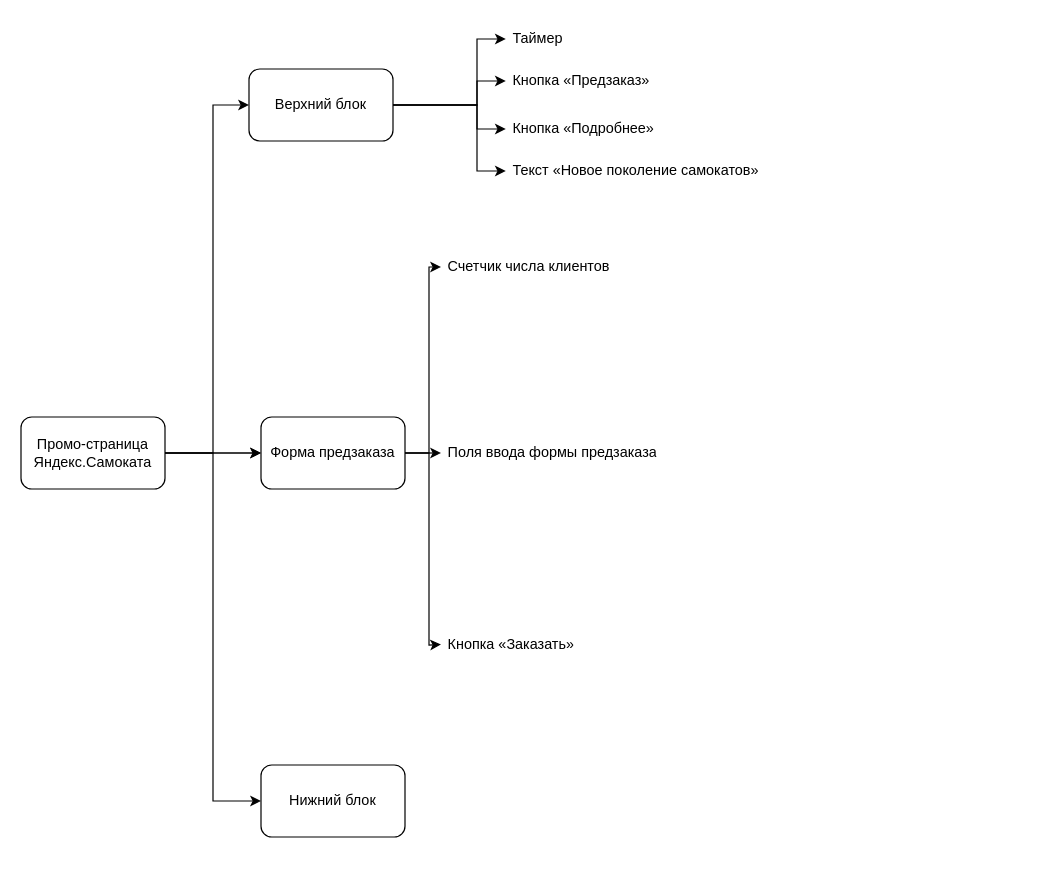
The draw.io diagram Learning to draw mind maps.drawio in IG-Rock/QA-Yandex-course, before the edit. Source tidied: cells renumbered, new cells numbered last; positions are measured from the earlier drawing's top-left corner, leaving out a move shared by most shapes. Both pictures are drawn from the tidied source at 120%, with x=0, y=0 at pixel (20, 20).
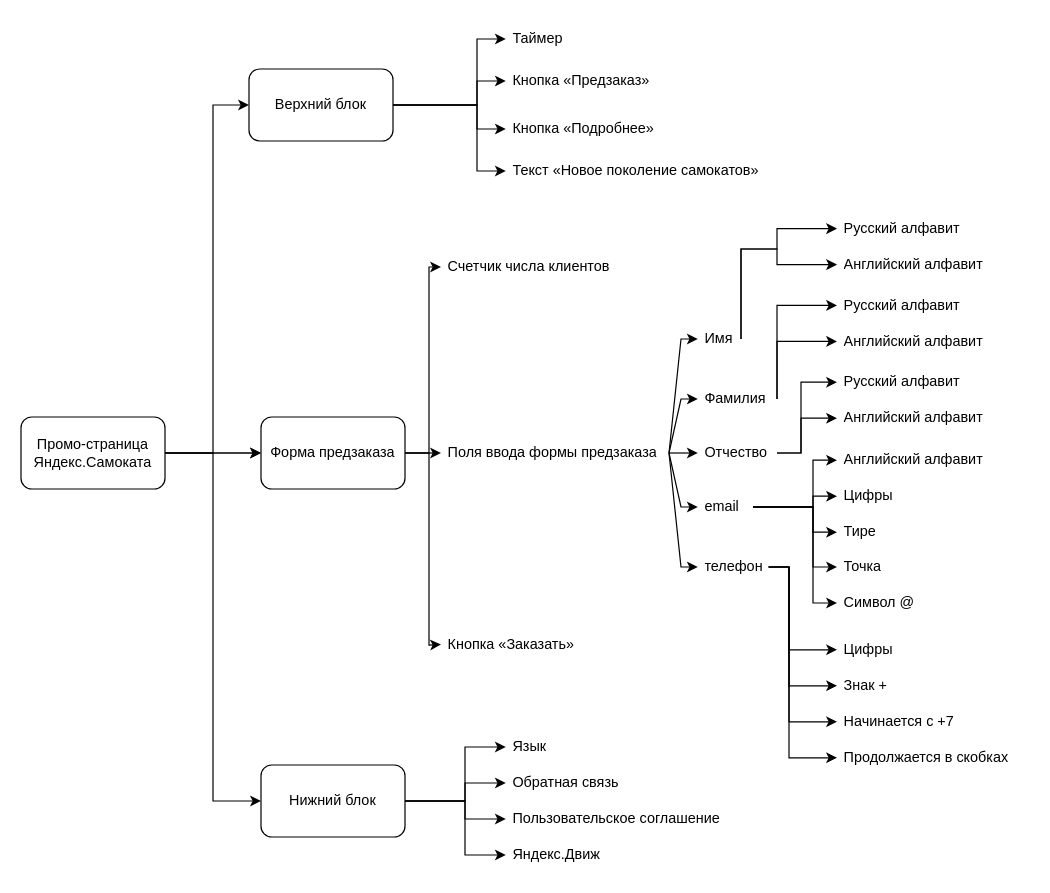
After the change.

The change refers to these unchanged cells:
```xml
<mxCell id="13" value="Нижний блок" style="whiteSpace=wrap;html=1;rounded=1;" parent="1" vertex="1">
  <mxGeometry x="200" y="620" width="120" height="60" as="geometry" />
</mxCell>
<mxCell id="18" value="Поля ввода формы предзаказа" style="text;strokeColor=none;fillColor=none;align=left;verticalAlign=middle;spacingLeft=4;spacingRight=4;overflow=hidden;points=[[0,0.5],[1,0.5]];portConstraint=eastwest;whiteSpace=wrap;html=1;" parent="1" vertex="1">
  <mxGeometry x="350" y="345" width="190" height="30" as="geometry" />
</mxCell>
```

Diff of the diagram source:
```diff
@@
+    <mxCell id="24" value="Имя" style="text;strokeColor=none;fillColor=none;align=left;verticalAlign=middle;spacingLeft=4;spacingRight=4;overflow=hidden;points=[[0,0.5],[1,0.5]];portConstraint=eastwest;whiteSpace=wrap;html=1;" parent="1" vertex="1">
+      <mxGeometry x="564" y="250" width="36" height="30" as="geometry" />
+    </mxCell>
+    <mxCell id="25" value="Фамилия" style="text;strokeColor=none;fillColor=none;align=left;verticalAlign=middle;spacingLeft=4;spacingRight=4;overflow=hidden;points=[[0,0.5],[1,0.5]];portConstraint=eastwest;whiteSpace=wrap;html=1;" parent="1" vertex="1">
+      <mxGeometry x="564" y="300" width="66" height="30" as="geometry" />
+    </mxCell>
+    <mxCell id="26" value="Отчество" style="text;strokeColor=none;fillColor=none;align=left;verticalAlign=middle;spacingLeft=4;spacingRight=4;overflow=hidden;points=[[0,0.5],[1,0.5]];portConstraint=eastwest;whiteSpace=wrap;html=1;" parent="1" vertex="1">
+      <mxGeometry x="564" y="345" width="66" height="30" as="geometry" />
+    </mxCell>
+    <mxCell id="27" value="email" style="text;strokeColor=none;fillColor=none;align=left;verticalAlign=middle;spacingLeft=4;spacingRight=4;overflow=hidden;points=[[0,0.5],[1,0.5]];portConstraint=eastwest;whiteSpace=wrap;html=1;" parent="1" vertex="1">
+      <mxGeometry x="564" y="390" width="46" height="30" as="geometry" />
+    </mxCell>
+    <mxCell id="28" value="телефон" style="text;strokeColor=none;fillColor=none;align=left;verticalAlign=middle;spacingLeft=4;spacingRight=4;overflow=hidden;points=[[0,0.5],[1,0.5]];portConstraint=eastwest;whiteSpace=wrap;html=1;" parent="1" vertex="1">
+      <mxGeometry x="564" y="440" width="59" height="30" as="geometry" />
+    </mxCell>
+    <mxCell id="29" style="endArrow=classic;html=1;rounded=0;exitX=1;exitY=0.5;exitDx=0;exitDy=0;entryX=0;entryY=0.5;entryDx=0;entryDy=0;" parent="1" edge="1" source="18" target="26">
+      <mxGeometry relative="1" as="geometry" />
+    </mxCell>
+    <mxCell id="30" style="endArrow=classic;html=1;rounded=0;entryX=0;entryY=0.5;entryDx=0;entryDy=0;exitX=1;exitY=0.5;exitDx=0;exitDy=0;" parent="1" edge="1" source="18" target="24">
+      <mxGeometry relative="1" as="geometry">
+        <Array as="points">
+          <mxPoint x="550" y="265" />
+        </Array>
+      </mxGeometry>
+    </mxCell>
+    <mxCell id="31" style="endArrow=classic;html=1;rounded=0;entryX=0;entryY=0.5;entryDx=0;entryDy=0;exitX=1;exitY=0.5;exitDx=0;exitDy=0;" parent="1" edge="1" source="18" target="25">
+      <mxGeometry relative="1" as="geometry">
+        <Array as="points">
+          <mxPoint x="550" y="315" />
+        </Array>
+      </mxGeometry>
+    </mxCell>
+    <mxCell id="32" style="endArrow=classic;html=1;rounded=0;entryX=0;entryY=0.5;entryDx=0;entryDy=0;exitX=1;exitY=0.5;exitDx=0;exitDy=0;" parent="1" edge="1" source="18" target="27">
+      <mxGeometry relative="1" as="geometry">
+        <Array as="points">
+          <mxPoint x="550" y="405" />
+        </Array>
+      </mxGeometry>
+    </mxCell>
+    <mxCell id="33" style="endArrow=classic;html=1;rounded=0;entryX=0;entryY=0.5;entryDx=0;entryDy=0;exitX=1;exitY=0.5;exitDx=0;exitDy=0;" parent="1" edge="1" source="18" target="28">
+      <mxGeometry relative="1" as="geometry">
+        <Array as="points">
+          <mxPoint x="550" y="455" />
+        </Array>
+      </mxGeometry>
+    </mxCell>
+    <mxCell id="34" value="Русский алфавит" style="text;strokeColor=none;fillColor=none;align=left;verticalAlign=middle;spacingLeft=4;spacingRight=4;overflow=hidden;points=[[0,0.5],[1,0.5]];portConstraint=eastwest;whiteSpace=wrap;html=1;" parent="1" vertex="1">
+      <mxGeometry x="680" y="158" width="130" height="30" as="geometry" />
+    </mxCell>
+    <mxCell id="35" value="Английский алфавит" style="text;strokeColor=none;fillColor=none;align=left;verticalAlign=middle;spacingLeft=4;spacingRight=4;overflow=hidden;points=[[0,0.5],[1,0.5]];portConstraint=eastwest;whiteSpace=wrap;html=1;" parent="1" vertex="1">
+      <mxGeometry x="680" y="188" width="130" height="30" as="geometry" />
+    </mxCell>
+    <mxCell id="36" value="Русский алфавит" style="text;strokeColor=none;fillColor=none;align=left;verticalAlign=middle;spacingLeft=4;spacingRight=4;overflow=hidden;points=[[0,0.5],[1,0.5]];portConstraint=eastwest;whiteSpace=wrap;html=1;" parent="1" vertex="1">
+      <mxGeometry x="680" y="222" width="130" height="30" as="geometry" />
+    </mxCell>
+    <mxCell id="37" value="Английский алфавит" style="text;strokeColor=none;fillColor=none;align=left;verticalAlign=middle;spacingLeft=4;spacingRight=4;overflow=hidden;points=[[0,0.5],[1,0.5]];portConstraint=eastwest;whiteSpace=wrap;html=1;" parent="1" vertex="1">
+      <mxGeometry x="680" y="252" width="130" height="30" as="geometry" />
+    </mxCell>
+    <mxCell id="38" value="Русский алфавит" style="text;strokeColor=none;fillColor=none;align=left;verticalAlign=middle;spacingLeft=4;spacingRight=4;overflow=hidden;points=[[0,0.5],[1,0.5]];portConstraint=eastwest;whiteSpace=wrap;html=1;" parent="1" vertex="1">
+      <mxGeometry x="680" y="286" width="130" height="30" as="geometry" />
+    </mxCell>
+    <mxCell id="39" value="Английский алфавит" style="text;strokeColor=none;fillColor=none;align=left;verticalAlign=middle;spacingLeft=4;spacingRight=4;overflow=hidden;points=[[0,0.5],[1,0.5]];portConstraint=eastwest;whiteSpace=wrap;html=1;" parent="1" vertex="1">
+      <mxGeometry x="680" y="316" width="130" height="30" as="geometry" />
+    </mxCell>
+    <mxCell id="40" style="endArrow=classic;html=1;rounded=0;entryX=0;entryY=0.5;entryDx=0;entryDy=0;exitX=1;exitY=0.5;exitDx=0;exitDy=0;" parent="1" edge="1" source="24" target="34">
+      <mxGeometry relative="1" as="geometry">
+        <Array as="points">
+          <mxPoint x="600" y="190" />
+          <mxPoint x="630" y="190" />
+          <mxPoint x="630" y="173" />
+        </Array>
+      </mxGeometry>
+    </mxCell>
+    <mxCell id="41" style="endArrow=classic;html=1;rounded=0;entryX=0;entryY=0.5;entryDx=0;entryDy=0;exitX=1;exitY=0.5;exitDx=0;exitDy=0;" parent="1" edge="1" source="24" target="35">
+      <mxGeometry relative="1" as="geometry">
+        <Array as="points">
+          <mxPoint x="600" y="190" />
+          <mxPoint x="630" y="190" />
+          <mxPoint x="630" y="203" />
+        </Array>
+      </mxGeometry>
+    </mxCell>
+    <mxCell id="42" style="endArrow=classic;html=1;rounded=0;entryX=0;entryY=0.5;entryDx=0;entryDy=0;exitX=1;exitY=0.5;exitDx=0;exitDy=0;" parent="1" edge="1" source="25" target="36">
+      <mxGeometry relative="1" as="geometry">
+        <Array as="points">
+          <mxPoint x="630" y="260" />
+          <mxPoint x="630" y="237" />
+        </Array>
+      </mxGeometry>
+    </mxCell>
+    <mxCell id="43" style="endArrow=classic;html=1;rounded=0;entryX=0;entryY=0.5;entryDx=0;entryDy=0;exitX=1;exitY=0.5;exitDx=0;exitDy=0;" parent="1" edge="1" source="25" target="37">
+      <mxGeometry relative="1" as="geometry">
+        <Array as="points">
+          <mxPoint x="630" y="267" />
+        </Array>
+      </mxGeometry>
+    </mxCell>
+    <mxCell id="44" style="endArrow=classic;html=1;rounded=0;entryX=0;entryY=0.5;entryDx=0;entryDy=0;exitX=1;exitY=0.5;exitDx=0;exitDy=0;" parent="1" edge="1" source="26" target="38">
+      <mxGeometry relative="1" as="geometry">
+        <Array as="points">
+          <mxPoint x="650" y="360" />
+          <mxPoint x="650" y="320" />
+          <mxPoint x="650" y="301" />
+        </Array>
+      </mxGeometry>
+    </mxCell>
+    <mxCell id="45" style="endArrow=classic;html=1;rounded=0;entryX=0;entryY=0.5;entryDx=0;entryDy=0;exitX=1;exitY=0.5;exitDx=0;exitDy=0;" parent="1" edge="1" source="26" target="39">
+      <mxGeometry relative="1" as="geometry">
+        <Array as="points">
+          <mxPoint x="650" y="360" />
+          <mxPoint x="650" y="331" />
+        </Array>
+      </mxGeometry>
+    </mxCell>
+    <mxCell id="46" value="Цифры" style="text;strokeColor=none;fillColor=none;align=left;verticalAlign=middle;spacingLeft=4;spacingRight=4;overflow=hidden;points=[[0,0.5],[1,0.5]];portConstraint=eastwest;whiteSpace=wrap;html=1;" parent="1" vertex="1">
+      <mxGeometry x="680" y="381" width="80" height="30" as="geometry" />
+    </mxCell>
+    <mxCell id="47" value="Английский алфавит" style="text;strokeColor=none;fillColor=none;align=left;verticalAlign=middle;spacingLeft=4;spacingRight=4;overflow=hidden;points=[[0,0.5],[1,0.5]];portConstraint=eastwest;whiteSpace=wrap;html=1;" parent="1" vertex="1">
+      <mxGeometry x="680" y="351" width="130" height="30" as="geometry" />
+    </mxCell>
+    <mxCell id="48" value="Тире" style="text;strokeColor=none;fillColor=none;align=left;verticalAlign=middle;spacingLeft=4;spacingRight=4;overflow=hidden;points=[[0,0.5],[1,0.5]];portConstraint=eastwest;whiteSpace=wrap;html=1;" parent="1" vertex="1">
+      <mxGeometry x="680" y="411" width="80" height="30" as="geometry" />
+    </mxCell>
+    <mxCell id="49" value="Символ @" style="text;strokeColor=none;fillColor=none;align=left;verticalAlign=middle;spacingLeft=4;spacingRight=4;overflow=hidden;points=[[0,0.5],[1,0.5]];portConstraint=eastwest;whiteSpace=wrap;html=1;" parent="1" vertex="1">
+      <mxGeometry x="680" y="470" width="80" height="30" as="geometry" />
+    </mxCell>
+    <mxCell id="50" style="endArrow=classic;html=1;rounded=0;entryX=0;entryY=0.5;entryDx=0;entryDy=0;exitX=1;exitY=0.5;exitDx=0;exitDy=0;" parent="1" edge="1" source="27" target="47">
+      <mxGeometry relative="1" as="geometry">
+        <Array as="points">
+          <mxPoint x="660" y="405" />
+          <mxPoint x="660" y="366" />
+        </Array>
+      </mxGeometry>
+    </mxCell>
+    <mxCell id="51" style="endArrow=classic;html=1;rounded=0;entryX=0;entryY=0.5;entryDx=0;entryDy=0;exitX=1;exitY=0.5;exitDx=0;exitDy=0;" parent="1" edge="1" source="27" target="46">
+      <mxGeometry relative="1" as="geometry">
+        <Array as="points">
+          <mxPoint x="660" y="405" />
+          <mxPoint x="660" y="396" />
+        </Array>
+      </mxGeometry>
+    </mxCell>
+    <mxCell id="52" style="endArrow=classic;html=1;rounded=0;entryX=0;entryY=0.5;entryDx=0;entryDy=0;exitX=1;exitY=0.5;exitDx=0;exitDy=0;" parent="1" edge="1" source="27" target="48">
+      <mxGeometry relative="1" as="geometry">
+        <Array as="points">
+          <mxPoint x="660" y="405" />
+          <mxPoint x="660" y="426" />
+        </Array>
+      </mxGeometry>
+    </mxCell>
+    <mxCell id="53" style="endArrow=classic;html=1;rounded=0;entryX=0;entryY=0.5;entryDx=0;entryDy=0;exitX=1;exitY=0.5;exitDx=0;exitDy=0;" parent="1" edge="1" source="27" target="49">
+      <mxGeometry relative="1" as="geometry">
+        <Array as="points">
+          <mxPoint x="660" y="405" />
+          <mxPoint x="660" y="485" />
+        </Array>
+      </mxGeometry>
+    </mxCell>
+    <mxCell id="54" value="Точка" style="text;strokeColor=none;fillColor=none;align=left;verticalAlign=middle;spacingLeft=4;spacingRight=4;overflow=hidden;points=[[0,0.5],[1,0.5]];portConstraint=eastwest;whiteSpace=wrap;html=1;" parent="1" vertex="1">
+      <mxGeometry x="680" y="440" width="80" height="30" as="geometry" />
+    </mxCell>
+    <mxCell id="55" style="endArrow=classic;html=1;rounded=0;exitX=1;exitY=0.5;exitDx=0;exitDy=0;entryX=0;entryY=0.5;entryDx=0;entryDy=0;" parent="1" edge="1" source="27" target="54">
+      <mxGeometry relative="1" as="geometry">
+        <Array as="points">
+          <mxPoint x="660" y="405" />
+          <mxPoint x="660" y="455" />
+        </Array>
+      </mxGeometry>
+    </mxCell>
+    <mxCell id="56" value="Цифры" style="text;strokeColor=none;fillColor=none;align=left;verticalAlign=middle;spacingLeft=4;spacingRight=4;overflow=hidden;points=[[0,0.5],[1,0.5]];portConstraint=eastwest;whiteSpace=wrap;html=1;" parent="1" vertex="1">
+      <mxGeometry x="680" y="509" width="80" height="30" as="geometry" />
+    </mxCell>
+    <mxCell id="57" value="Продолжается в скобках" style="text;strokeColor=none;fillColor=none;align=left;verticalAlign=middle;spacingLeft=4;spacingRight=4;overflow=hidden;points=[[0,0.5],[1,0.5]];portConstraint=eastwest;whiteSpace=wrap;html=1;" parent="1" vertex="1">
+      <mxGeometry x="680" y="599" width="160" height="30" as="geometry" />
+    </mxCell>
+    <mxCell id="58" value="Знак +" style="text;strokeColor=none;fillColor=none;align=left;verticalAlign=middle;spacingLeft=4;spacingRight=4;overflow=hidden;points=[[0,0.5],[1,0.5]];portConstraint=eastwest;whiteSpace=wrap;html=1;" parent="1" vertex="1">
+      <mxGeometry x="680" y="539" width="80" height="30" as="geometry" />
+    </mxCell>
+    <mxCell id="59" value="Начинается с +7" style="text;strokeColor=none;fillColor=none;align=left;verticalAlign=middle;spacingLeft=4;spacingRight=4;overflow=hidden;points=[[0,0.5],[1,0.5]];portConstraint=eastwest;whiteSpace=wrap;html=1;" parent="1" vertex="1">
+      <mxGeometry x="680" y="569" width="110" height="30" as="geometry" />
+    </mxCell>
+    <mxCell id="60" style="endArrow=classic;html=1;rounded=0;exitX=1;exitY=0.5;exitDx=0;exitDy=0;entryX=0;entryY=0.5;entryDx=0;entryDy=0;" parent="1" edge="1" source="28" target="56">
+      <mxGeometry relative="1" as="geometry">
+        <Array as="points">
+          <mxPoint x="640" y="455" />
+          <mxPoint x="640" y="524" />
+        </Array>
+      </mxGeometry>
+    </mxCell>
+    <mxCell id="61" style="endArrow=classic;html=1;rounded=0;exitX=1;exitY=0.5;exitDx=0;exitDy=0;entryX=0;entryY=0.5;entryDx=0;entryDy=0;" parent="1" edge="1" source="28" target="58">
+      <mxGeometry relative="1" as="geometry">
+        <Array as="points">
+          <mxPoint x="640" y="455" />
+          <mxPoint x="640" y="554" />
+        </Array>
+      </mxGeometry>
+    </mxCell>
+    <mxCell id="62" style="endArrow=classic;html=1;rounded=0;exitX=1;exitY=0.5;exitDx=0;exitDy=0;entryX=0;entryY=0.5;entryDx=0;entryDy=0;" parent="1" edge="1" source="28" target="59">
+      <mxGeometry relative="1" as="geometry">
+        <Array as="points">
+          <mxPoint x="640" y="455" />
+          <mxPoint x="640" y="584" />
+        </Array>
+      </mxGeometry>
+    </mxCell>
+    <mxCell id="63" style="endArrow=classic;html=1;rounded=0;exitX=1;exitY=0.5;exitDx=0;exitDy=0;entryX=0;entryY=0.5;entryDx=0;entryDy=0;" parent="1" edge="1" source="28" target="57">
+      <mxGeometry relative="1" as="geometry">
+        <Array as="points">
+          <mxPoint x="640" y="455" />
+          <mxPoint x="640" y="614" />
+        </Array>
+      </mxGeometry>
+    </mxCell>
+    <mxCell id="64" value="Язык" style="text;strokeColor=none;fillColor=none;align=left;verticalAlign=middle;spacingLeft=4;spacingRight=4;overflow=hidden;points=[[0,0.5],[1,0.5]];portConstraint=eastwest;whiteSpace=wrap;html=1;" parent="1" vertex="1">
+      <mxGeometry x="404" y="590" width="80" height="30" as="geometry" />
+    </mxCell>
+    <mxCell id="65" value="Обратная связь&lt;br&gt;" style="text;strokeColor=none;fillColor=none;align=left;verticalAlign=middle;spacingLeft=4;spacingRight=4;overflow=hidden;points=[[0,0.5],[1,0.5]];portConstraint=eastwest;whiteSpace=wrap;html=1;" parent="1" vertex="1">
+      <mxGeometry x="404" y="620" width="120" height="30" as="geometry" />
+    </mxCell>
+    <mxCell id="66" value="Пользовательское соглашение&lt;br&gt;" style="text;strokeColor=none;fillColor=none;align=left;verticalAlign=middle;spacingLeft=4;spacingRight=4;overflow=hidden;points=[[0,0.5],[1,0.5]];portConstraint=eastwest;whiteSpace=wrap;html=1;" parent="1" vertex="1">
+      <mxGeometry x="404" y="650" width="190" height="30" as="geometry" />
+    </mxCell>
+    <mxCell id="67" value="Яндекс.Движ&lt;br&gt;" style="text;strokeColor=none;fillColor=none;align=left;verticalAlign=middle;spacingLeft=4;spacingRight=4;overflow=hidden;points=[[0,0.5],[1,0.5]];portConstraint=eastwest;whiteSpace=wrap;html=1;" parent="1" vertex="1">
+      <mxGeometry x="404" y="680" width="86" height="30" as="geometry" />
+    </mxCell>
+    <mxCell id="68" style="endArrow=classic;html=1;rounded=0;exitX=1;exitY=0.5;exitDx=0;exitDy=0;entryX=0;entryY=0.5;entryDx=0;entryDy=0;" parent="1" edge="1" source="13" target="64">
+      <mxGeometry relative="1" as="geometry">
+        <Array as="points">
+          <mxPoint x="370" y="650" />
+          <mxPoint x="370" y="605" />
+        </Array>
+      </mxGeometry>
+    </mxCell>
+    <mxCell id="69" style="endArrow=classic;html=1;rounded=0;exitX=1;exitY=0.5;exitDx=0;exitDy=0;entryX=0;entryY=0.5;entryDx=0;entryDy=0;" parent="1" edge="1" source="13" target="65">
+      <mxGeometry relative="1" as="geometry">
+        <Array as="points">
+          <mxPoint x="370" y="650" />
+          <mxPoint x="370" y="635" />
+        </Array>
+      </mxGeometry>
+    </mxCell>
+    <mxCell id="70" style="endArrow=classic;html=1;rounded=0;exitX=1;exitY=0.5;exitDx=0;exitDy=0;entryX=0;entryY=0.5;entryDx=0;entryDy=0;" parent="1" edge="1" source="13" target="66">
+      <mxGeometry relative="1" as="geometry">
+        <Array as="points">
+          <mxPoint x="370" y="650" />
+          <mxPoint x="370" y="665" />
+        </Array>
+      </mxGeometry>
+    </mxCell>
+    <mxCell id="71" style="endArrow=classic;html=1;rounded=0;entryX=0;entryY=0.5;entryDx=0;entryDy=0;" parent="1" edge="1" target="67">
+      <mxGeometry relative="1" as="geometry">
+        <mxPoint x="320" y="650" as="sourcePoint" />
+        <Array as="points">
+          <mxPoint x="370" y="650" />
+          <mxPoint x="370" y="695" />
+        </Array>
+      </mxGeometry>
+    </mxCell>
```
